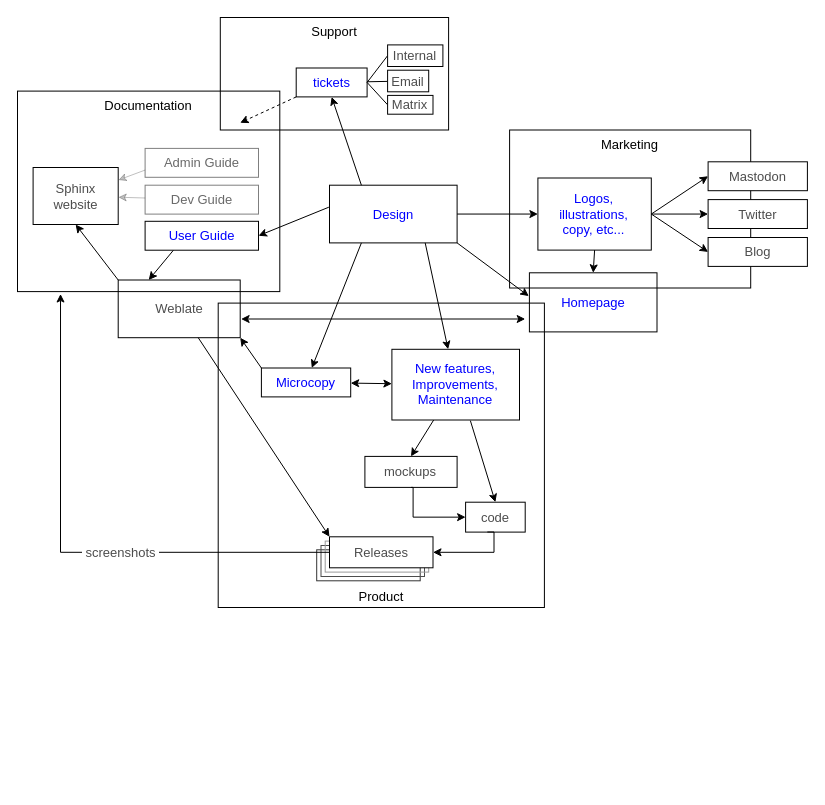
Earlier version of the draw.io diagram page "David B." (1 of 2) of designers in floss.drawio (davidbenque/job-maps). Source tidied: cells renumbered, new cells numbered last; positions are measured from the earlier drawing's top-left corner, leaving out a move shared by most shapes. Both pictures are drawn from the tidied source at 100%, with x=0, y=0 at pixel (17, 17).
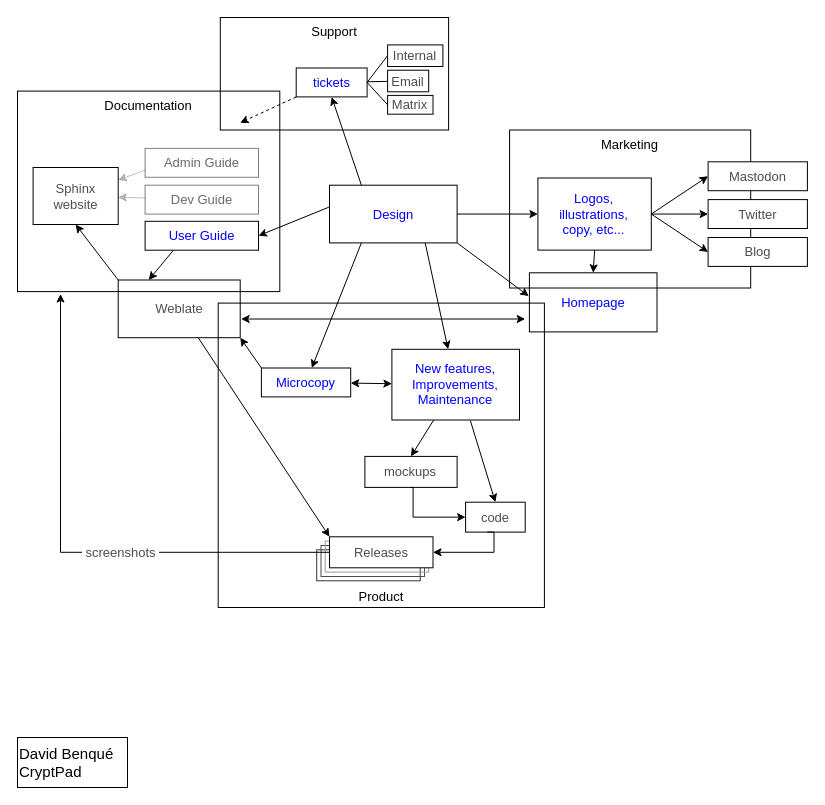
Above is the later version.

The edit, as a diff of the source:
```diff
@@
+    <mxCell id="59" value="&lt;div style=&quot;font-size: 15px;&quot;&gt;David Benqué&lt;/div&gt;&lt;div style=&quot;font-size: 15px;&quot;&gt;CryptPad&lt;br style=&quot;font-size: 15px;&quot;&gt;&lt;/div&gt;" style="rounded=0;whiteSpace=wrap;html=1;align=left;fontSize=15;" parent="1" vertex="1">
+      <mxGeometry y="720" width="110" height="50" as="geometry" />
+    </mxCell>
```
